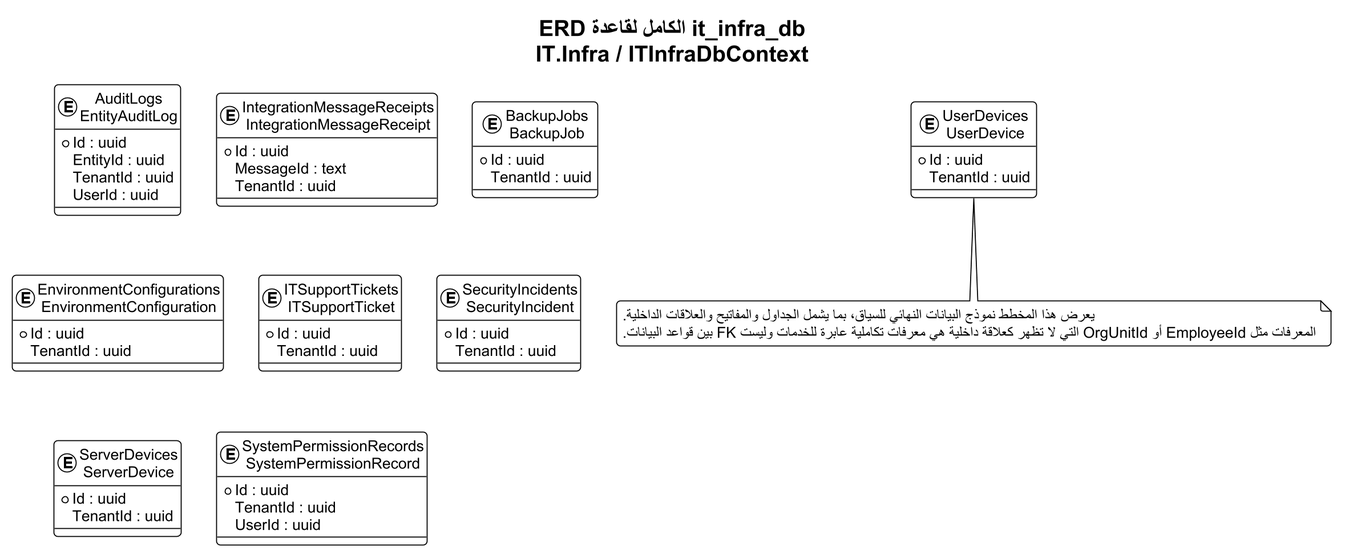
omardefdev/HRManagement keeps this PlantUML diagram as docs/thesis_diagrams/database_erdds/rendered/13_itinfra.png. Above is the earlier version.
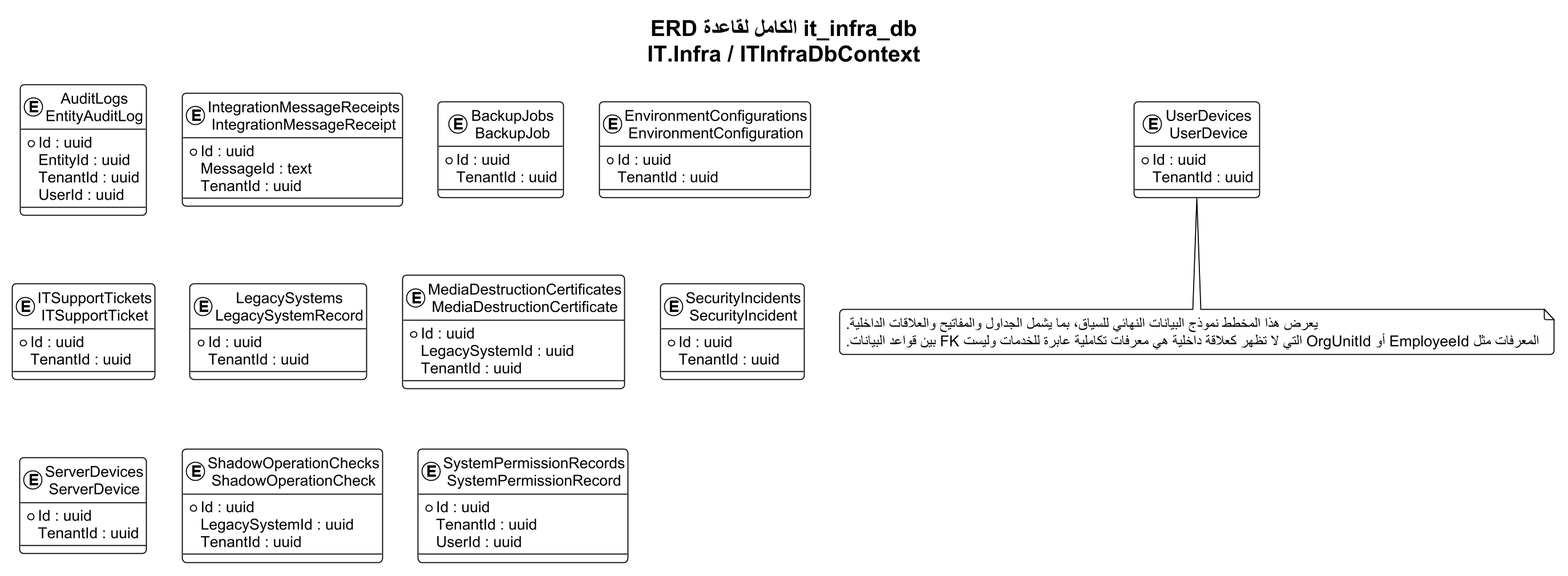
Above is the later version.

Change to the diagram source:
```diff
@@ -35,20 +35,34 @@
   * Id : uuid
     TenantId : uuid
 }
-entity "SecurityIncidents\nSecurityIncident" as T06 {
+entity "LegacySystems\nLegacySystemRecord" as T06 {
   * Id : uuid
     TenantId : uuid
 }
-entity "ServerDevices\nServerDevice" as T07 {
+entity "MediaDestructionCertificates\nMediaDestructionCertificate" as T07 {
+  * Id : uuid
+    LegacySystemId : uuid
+    TenantId : uuid
+}
+entity "SecurityIncidents\nSecurityIncident" as T08 {
   * Id : uuid
     TenantId : uuid
 }
-entity "SystemPermissionRecords\nSystemPermissionRecord" as T08 {
+entity "ServerDevices\nServerDevice" as T09 {
+  * Id : uuid
+    TenantId : uuid
+}
+entity "ShadowOperationChecks\nShadowOperationCheck" as T10 {
+  * Id : uuid
+    LegacySystemId : uuid
+    TenantId : uuid
+}
+entity "SystemPermissionRecords\nSystemPermissionRecord" as T11 {
   * Id : uuid
     TenantId : uuid
     UserId : uuid
 }
-entity "UserDevices\nUserDevice" as T09 {
+entity "UserDevices\nUserDevice" as T12 {
   * Id : uuid
     TenantId : uuid
 }
```
